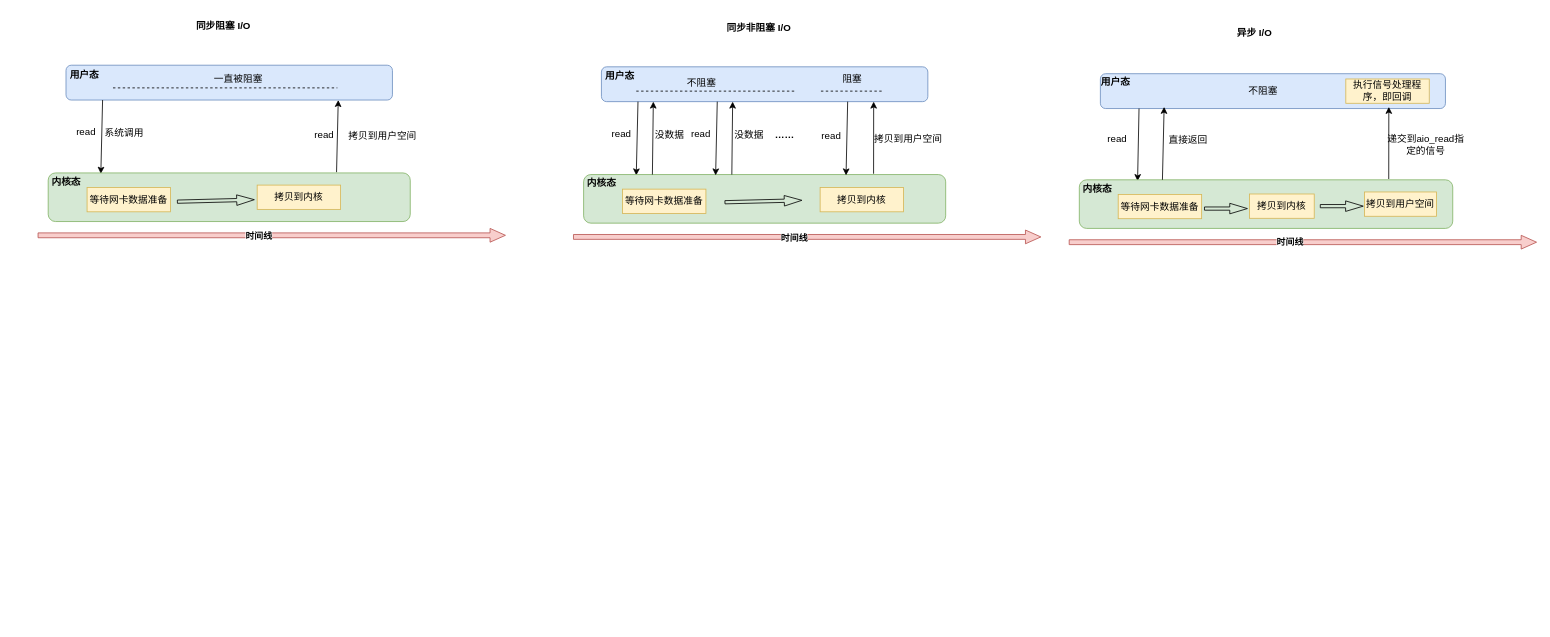
This is blog/IO.drawio from began-zhao/studydraw, a draw.io file, before an edit. Source tidied: cells renumbered, new cells numbered last; positions are measured from the earlier drawing's top-left corner, leaving out a move shared by most shapes. Both pictures are drawn from the tidied source at 81%, with x=0, y=0 at pixel (37, 14).
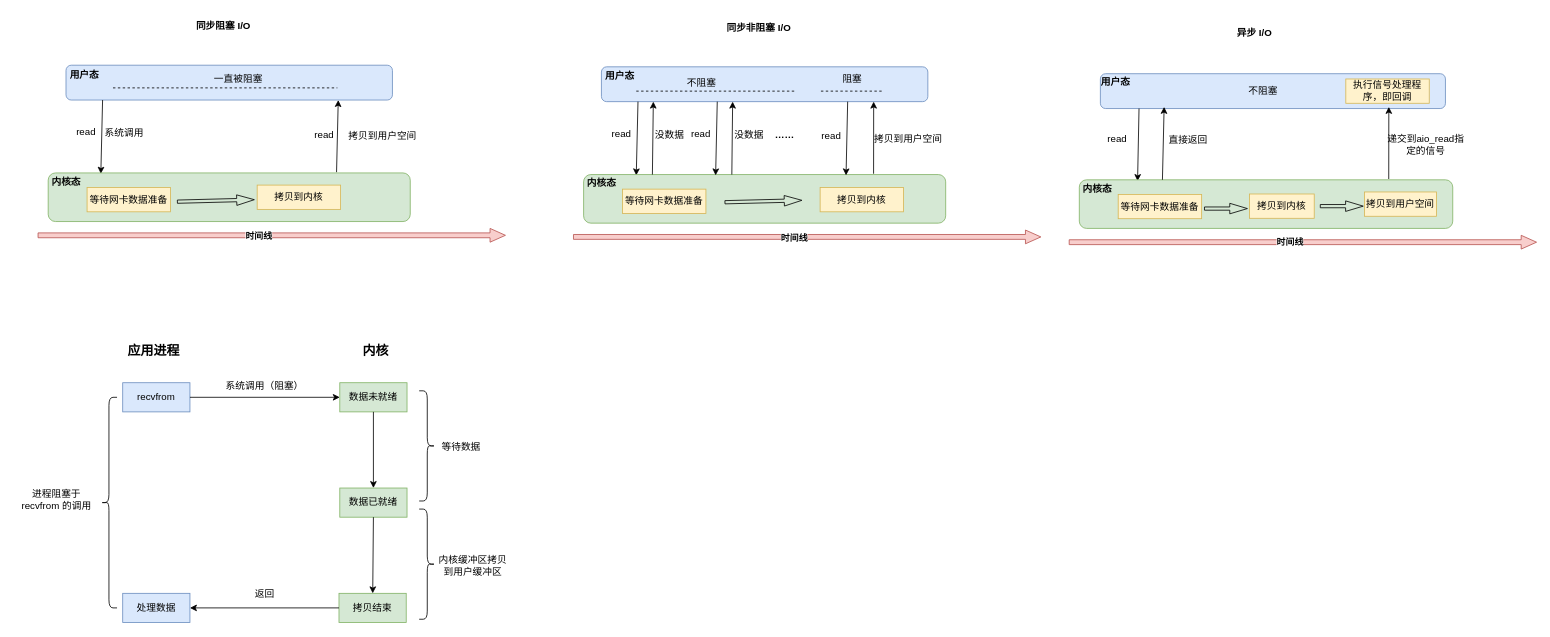
Above is the later version.

The edit, as a diff of the source:
```diff
@@
+    <mxCell id="70" value="recvfrom" style="rounded=0;whiteSpace=wrap;html=1;fillColor=#dae8fc;strokeColor=#6c8ebf;" parent="1" vertex="1">
+      <mxGeometry x="105" y="455" width="83" height="36" as="geometry" />
+    </mxCell>
+    <mxCell id="71" value="数据未就绪" style="rounded=0;whiteSpace=wrap;html=1;fillColor=#d5e8d4;strokeColor=#82b366;" parent="1" vertex="1">
+      <mxGeometry x="373" y="455" width="83" height="36" as="geometry" />
+    </mxCell>
+    <mxCell id="72" value="数据已就绪" style="rounded=0;whiteSpace=wrap;html=1;fillColor=#d5e8d4;strokeColor=#82b366;" parent="1" vertex="1">
+      <mxGeometry x="373" y="585" width="83" height="36" as="geometry" />
+    </mxCell>
+    <mxCell id="73" value="拷贝结束" style="rounded=0;whiteSpace=wrap;html=1;fillColor=#d5e8d4;strokeColor=#82b366;" parent="1" vertex="1">
+      <mxGeometry x="372" y="715" width="83" height="36" as="geometry" />
+    </mxCell>
+    <mxCell id="74" value="处理数据" style="rounded=0;whiteSpace=wrap;html=1;fillColor=#dae8fc;strokeColor=#6c8ebf;" parent="1" vertex="1">
+      <mxGeometry x="105" y="715" width="83" height="36" as="geometry" />
+    </mxCell>
+    <mxCell id="75" style="shape=curlyBracket;whiteSpace=wrap;html=1;rounded=1;flipH=1;labelPosition=right;verticalLabelPosition=middle;align=left;verticalAlign=middle;" parent="1" vertex="1">
+      <mxGeometry x="471" y="465" width="20" height="136" as="geometry" />
+    </mxCell>
+    <mxCell id="76" value="等待数据" style="text;html=1;align=center;verticalAlign=middle;whiteSpace=wrap;rounded=0;" parent="1" vertex="1">
+      <mxGeometry x="493" y="520" width="60" height="30" as="geometry" />
+    </mxCell>
+    <mxCell id="77" value="应用进程" style="text;strokeColor=none;fillColor=none;html=1;fontSize=16;fontStyle=1;verticalAlign=middle;align=center;" parent="1" vertex="1">
+      <mxGeometry x="91" y="395" width="104" height="40" as="geometry" />
+    </mxCell>
+    <mxCell id="78" value="内核" style="text;strokeColor=none;fillColor=none;html=1;fontSize=16;fontStyle=1;verticalAlign=middle;align=center;" parent="1" vertex="1">
+      <mxGeometry x="365" y="395" width="104" height="40" as="geometry" />
+    </mxCell>
+    <mxCell id="79" style="endArrow=classic;html=1;rounded=0;exitX=1;exitY=0.5;exitDx=0;exitDy=0;entryX=0;entryY=0.5;entryDx=0;entryDy=0;" parent="1" edge="1" source="70" target="71">
+      <mxGeometry relative="1" as="geometry" />
+    </mxCell>
+    <mxCell id="80" value="系统调用（阻塞）" style="text;html=1;align=center;verticalAlign=middle;whiteSpace=wrap;rounded=0;" parent="1" vertex="1">
+      <mxGeometry x="228" y="444" width="105" height="30" as="geometry" />
+    </mxCell>
+    <mxCell id="81" style="endArrow=classic;html=1;rounded=0;exitX=0;exitY=0.5;exitDx=0;exitDy=0;entryX=1;entryY=0.5;entryDx=0;entryDy=0;" parent="1" edge="1" source="73" target="74">
+      <mxGeometry relative="1" as="geometry" />
+    </mxCell>
+    <mxCell id="82" value="返回" style="text;html=1;align=center;verticalAlign=middle;whiteSpace=wrap;rounded=0;" parent="1" vertex="1">
+      <mxGeometry x="228" y="701" width="105" height="30" as="geometry" />
+    </mxCell>
+    <mxCell id="83" style="shape=curlyBracket;whiteSpace=wrap;html=1;rounded=1;flipH=1;labelPosition=right;verticalLabelPosition=middle;align=left;verticalAlign=middle;" parent="1" vertex="1">
+      <mxGeometry x="471" y="611" width="20" height="136" as="geometry" />
+    </mxCell>
+    <mxCell id="84" value="内核缓冲区拷贝到用户缓冲区" style="text;html=1;align=center;verticalAlign=middle;whiteSpace=wrap;rounded=0;" parent="1" vertex="1">
+      <mxGeometry x="493" y="666" width="89" height="30" as="geometry" />
+    </mxCell>
+    <mxCell id="85" style="shape=curlyBracket;whiteSpace=wrap;html=1;rounded=1;labelPosition=left;verticalLabelPosition=middle;align=right;verticalAlign=middle;" parent="1" vertex="1">
+      <mxGeometry x="78" y="473" width="20" height="260" as="geometry" />
+    </mxCell>
+    <mxCell id="86" value="进程阻塞于&lt;div&gt;recvfrom 的调用&lt;/div&gt;" style="text;html=1;align=center;verticalAlign=middle;whiteSpace=wrap;rounded=0;" parent="1" vertex="1">
+      <mxGeometry x="-29" y="585" width="105" height="30" as="geometry" />
+    </mxCell>
+    <mxCell id="87" style="endArrow=classic;html=1;rounded=0;exitX=0.5;exitY=1;exitDx=0;exitDy=0;" parent="1" edge="1" source="71" target="72">
+      <mxGeometry relative="1" as="geometry" />
+    </mxCell>
+    <mxCell id="88" style="endArrow=classic;html=1;rounded=0;exitX=0.5;exitY=1;exitDx=0;exitDy=0;" parent="1" edge="1" source="72" target="73">
+      <mxGeometry relative="1" as="geometry" />
+    </mxCell>
```
